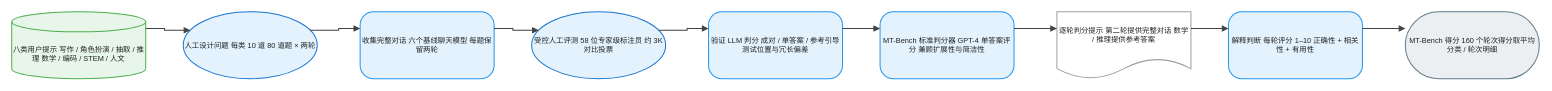
Above: client/public/drawio/MT-Bench/MT-Bench.zh.drawio in joe1chief/benchmark-hub (draw.io), before the change. Source tidied: cells renumbered, new cells numbered last; positions are measured from the earlier drawing's top-left corner, leaving out a move shared by most shapes. Both pictures are drawn from the tidied source at 67%, with x=0, y=0 at pixel (11, 11).
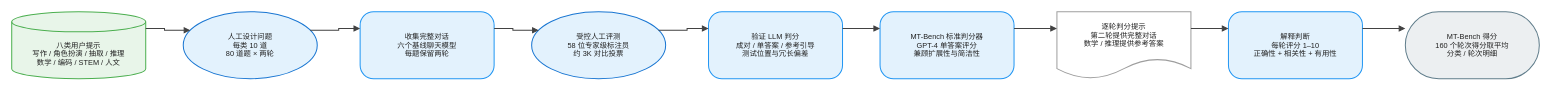
Above is the later version.

The edit, as a diff of the source:
```diff
@@
 <mxGraphModel background="#FFFFFF">
   <root>
     <mxCell id="0" />
     <mxCell id="1" parent="0" />
-    <mxCell id="2" value="八类用户提示 写作 / 角色扮演 / 抽取 / 推理 数学 / 编码 / STEM / 人文" style="shape=cylinder3;boundedLbl=1;backgroundOutline=1;size=15;html=1;whiteSpace=wrap;fillColor=#E8F5E9;strokeColor=#4CAF50;strokeWidth=1.5;fontColor=#212121;fontSize=11;fontFamily=Arial, Helvetica, sans-serif;verticalAlign=middle;align=center;" parent="1" vertex="1">
+    <mxCell id="2" value="八类用户提示&#10;写作 / 角色扮演 / 抽取 / 推理&#10;数学 / 编码 / STEM / 人文" style="shape=cylinder3;boundedLbl=1;backgroundOutline=1;size=15;html=0;convertToSvg=1;whiteSpace=wrap;fillColor=#E8F5E9;strokeColor=#4CAF50;strokeWidth=1.5;fontColor=#212121;fontSize=11;fontFamily=Arial, Helvetica, sans-serif;verticalAlign=middle;align=center;" parent="1" vertex="1">
       <mxGeometry width="200" height="100" as="geometry" />
     </mxCell>
-    <mxCell id="3" value="人工设计问题 每类 10 道 80 道题 × 两轮" style="ellipse;html=1;whiteSpace=wrap;fillColor=#E3F2FD;strokeColor=#1976D2;strokeWidth=1.5;fontColor=#212121;fontSize=11;fontFamily=Arial, Helvetica, sans-serif;verticalAlign=middle;align=center;" parent="1" vertex="1">
+    <mxCell id="3" value="人工设计问题&#10;每类 10 道&#10;80 道题 × 两轮" style="ellipse;html=0;convertToSvg=1;whiteSpace=wrap;fillColor=#E3F2FD;strokeColor=#1976D2;strokeWidth=1.5;fontColor=#212121;fontSize=11;fontFamily=Arial, Helvetica, sans-serif;verticalAlign=middle;align=center;" parent="1" vertex="1">
       <mxGeometry x="256" width="200" height="100" as="geometry" />
     </mxCell>
-    <mxCell id="4" value="收集完整对话 六个基线聊天模型 每题保留两轮" style="rounded=1;arcSize=20;html=1;whiteSpace=wrap;fillColor=#E3F2FD;strokeColor=#2196F3;strokeWidth=1.5;fontColor=#212121;fontSize=11;fontFamily=Arial, Helvetica, sans-serif;verticalAlign=middle;align=center;" parent="1" vertex="1">
+    <mxCell id="4" value="收集完整对话&#10;六个基线聊天模型&#10;每题保留两轮" style="rounded=1;arcSize=20;html=0;convertToSvg=1;whiteSpace=wrap;fillColor=#E3F2FD;strokeColor=#2196F3;strokeWidth=1.5;fontColor=#212121;fontSize=11;fontFamily=Arial, Helvetica, sans-serif;verticalAlign=middle;align=center;" parent="1" vertex="1">
       <mxGeometry x="520" width="200" height="100" as="geometry" />
     </mxCell>
-    <mxCell id="5" value="受控人工评测 58 位专家级标注员 约 3K 对比投票" style="ellipse;html=1;whiteSpace=wrap;fillColor=#E3F2FD;strokeColor=#1976D2;strokeWidth=1.5;fontColor=#212121;fontSize=11;fontFamily=Arial, Helvetica, sans-serif;verticalAlign=middle;align=center;" parent="1" vertex="1">
+    <mxCell id="5" value="受控人工评测&#10;58 位专家级标注员&#10;约 3K 对比投票" style="ellipse;html=0;convertToSvg=1;whiteSpace=wrap;fillColor=#E3F2FD;strokeColor=#1976D2;strokeWidth=1.5;fontColor=#212121;fontSize=11;fontFamily=Arial, Helvetica, sans-serif;verticalAlign=middle;align=center;" parent="1" vertex="1">
       <mxGeometry x="776" width="200" height="100" as="geometry" />
     </mxCell>
-    <mxCell id="6" value="验证 LLM 判分 成对 / 单答案 / 参考引导 测试位置与冗长偏差" style="rounded=1;arcSize=20;html=1;whiteSpace=wrap;fillColor=#E3F2FD;strokeColor=#2196F3;strokeWidth=1.5;fontColor=#212121;fontSize=11;fontFamily=Arial, Helvetica, sans-serif;verticalAlign=middle;align=center;" parent="1" vertex="1">
+    <mxCell id="6" value="验证 LLM 判分&#10;成对 / 单答案 / 参考引导&#10;测试位置与冗长偏差" style="rounded=1;arcSize=20;html=0;convertToSvg=1;whiteSpace=wrap;fillColor=#E3F2FD;strokeColor=#2196F3;strokeWidth=1.5;fontColor=#212121;fontSize=11;fontFamily=Arial, Helvetica, sans-serif;verticalAlign=middle;align=center;" parent="1" vertex="1">
       <mxGeometry x="1040" width="200" height="100" as="geometry" />
     </mxCell>
-    <mxCell id="7" value="MT-Bench 标准判分器 GPT-4 单答案评分 兼顾扩展性与简洁性" style="rounded=1;arcSize=20;html=1;whiteSpace=wrap;fillColor=#E3F2FD;strokeColor=#2196F3;strokeWidth=1.5;fontColor=#212121;fontSize=11;fontFamily=Arial, Helvetica, sans-serif;verticalAlign=middle;align=center;" parent="1" vertex="1">
+    <mxCell id="7" value="MT-Bench 标准判分器&#10;GPT-4 单答案评分&#10;兼顾扩展性与简洁性" style="rounded=1;arcSize=20;html=0;convertToSvg=1;whiteSpace=wrap;fillColor=#E3F2FD;strokeColor=#2196F3;strokeWidth=1.5;fontColor=#212121;fontSize=11;fontFamily=Arial, Helvetica, sans-serif;verticalAlign=middle;align=center;" parent="1" vertex="1">
       <mxGeometry x="1296" width="200" height="100" as="geometry" />
     </mxCell>
-    <mxCell id="8" value="逐轮判分提示 第二轮提供完整对话 数学 / 推理提供参考答案" style="shape=document;boundedLbl=1;html=1;whiteSpace=wrap;fillColor=#FFFFFF;strokeColor=#9E9E9E;strokeWidth=1.5;fontColor=#212121;fontSize=11;fontFamily=Arial, Helvetica, sans-serif;verticalAlign=middle;align=center;" parent="1" vertex="1">
+    <mxCell id="8" value="逐轮判分提示&#10;第二轮提供完整对话&#10;数学 / 推理提供参考答案" style="shape=document;boundedLbl=1;html=0;convertToSvg=1;whiteSpace=wrap;fillColor=#FFFFFF;strokeColor=#9E9E9E;strokeWidth=1.5;fontColor=#212121;fontSize=11;fontFamily=Arial, Helvetica, sans-serif;verticalAlign=middle;align=center;" parent="1" vertex="1">
       <mxGeometry x="1560" width="200" height="100" as="geometry" />
     </mxCell>
-    <mxCell id="9" value="解释判断 每轮评分 1–10 正确性 + 相关性 + 有用性" style="rounded=1;arcSize=20;html=1;whiteSpace=wrap;fillColor=#E3F2FD;strokeColor=#2196F3;strokeWidth=1.5;fontColor=#212121;fontSize=11;fontFamily=Arial, Helvetica, sans-serif;verticalAlign=middle;align=center;" parent="1" vertex="1">
+    <mxCell id="9" value="解释判断&#10;每轮评分 1–10&#10;正确性 + 相关性 + 有用性" style="rounded=1;arcSize=20;html=0;convertToSvg=1;whiteSpace=wrap;fillColor=#E3F2FD;strokeColor=#2196F3;strokeWidth=1.5;fontColor=#212121;fontSize=11;fontFamily=Arial, Helvetica, sans-serif;verticalAlign=middle;align=center;" parent="1" vertex="1">
       <mxGeometry x="1816" width="200" height="100" as="geometry" />
     </mxCell>
-    <mxCell id="10" value="MT-Bench 得分 160 个轮次得分取平均 分类 / 轮次明细" style="rounded=1;arcSize=50;html=1;whiteSpace=wrap;fillColor=#ECEFF1;strokeColor=#607D8B;strokeWidth=1.5;fontColor=#212121;fontSize=11;fontFamily=Arial, Helvetica, sans-serif;verticalAlign=middle;align=center;" parent="1" vertex="1">
+    <mxCell id="10" value="MT-Bench 得分&#10;160 个轮次得分取平均&#10;分类 / 轮次明细" style="rounded=1;arcSize=50;html=0;convertToSvg=1;whiteSpace=wrap;fillColor=#ECEFF1;strokeColor=#607D8B;strokeWidth=1.5;fontColor=#212121;fontSize=11;fontFamily=Arial, Helvetica, sans-serif;verticalAlign=middle;align=center;" parent="1" vertex="1">
       <mxGeometry x="2080" width="200" height="100" as="geometry" />
     </mxCell>
-    <mxCell id="11" style="edgeStyle=orthogonalEdgeStyle;rounded=0;jettySize=auto;html=1;strokeColor=#424242;strokeWidth=1.5;endArrow=block;endFill=1;exitX=1;exitY=0.25;exitDx=0;exitDy=0;entryX=0;entryY=0.25;entryDx=0;entryDy=0;jumpStyle=arc;jumpSize=8;" parent="1" edge="1" source="2" target="3">
+    <mxCell id="11" style="edgeStyle=orthogonalEdgeStyle;rounded=0;jettySize=auto;html=0;convertToSvg=1;strokeColor=#424242;strokeWidth=1.5;endArrow=block;endFill=1;exitX=1;exitY=0.25;exitDx=0;exitDy=0;entryX=0;entryY=0.25;entryDx=0;entryDy=0;jumpStyle=arc;jumpSize=8;" parent="1" edge="1" source="2" target="3">
       <mxGeometry relative="1" as="geometry" />
     </mxCell>
-    <mxCell id="12" style="edgeStyle=orthogonalEdgeStyle;rounded=0;jettySize=auto;html=1;strokeColor=#424242;strokeWidth=1.5;endArrow=block;endFill=1;exitX=1;exitY=0.25;exitDx=0;exitDy=0;entryX=0;entryY=0.25;entryDx=0;entryDy=0;jumpStyle=arc;jumpSize=8;" parent="1" edge="1" source="3" target="4">
+    <mxCell id="12" style="edgeStyle=orthogonalEdgeStyle;rounded=0;jettySize=auto;html=0;convertToSvg=1;strokeColor=#424242;strokeWidth=1.5;endArrow=block;endFill=1;exitX=1;exitY=0.25;exitDx=0;exitDy=0;entryX=0;entryY=0.25;entryDx=0;entryDy=0;jumpStyle=arc;jumpSize=8;" parent="1" edge="1" source="3" target="4">
       <mxGeometry relative="1" as="geometry" />
     </mxCell>
-    <mxCell id="13" style="edgeStyle=orthogonalEdgeStyle;rounded=0;jettySize=auto;html=1;strokeColor=#424242;strokeWidth=1.5;endArrow=block;endFill=1;exitX=1;exitY=0.25;exitDx=0;exitDy=0;entryX=0;entryY=0.25;entryDx=0;entryDy=0;jumpStyle=arc;jumpSize=8;" parent="1" edge="1" source="4" target="5">
+    <mxCell id="13" style="edgeStyle=orthogonalEdgeStyle;rounded=0;jettySize=auto;html=0;convertToSvg=1;strokeColor=#424242;strokeWidth=1.5;endArrow=block;endFill=1;exitX=1;exitY=0.25;exitDx=0;exitDy=0;entryX=0;entryY=0.25;entryDx=0;entryDy=0;jumpStyle=arc;jumpSize=8;" parent="1" edge="1" source="4" target="5">
       <mxGeometry relative="1" as="geometry" />
     </mxCell>
-    <mxCell id="14" style="edgeStyle=orthogonalEdgeStyle;rounded=0;jettySize=auto;html=1;strokeColor=#424242;strokeWidth=1.5;endArrow=block;endFill=1;exitX=1;exitY=0.25;exitDx=0;exitDy=0;entryX=0;entryY=0.25;entryDx=0;entryDy=0;jumpStyle=arc;jumpSize=8;" parent="1" edge="1" source="5" target="6">
+    <mxCell id="14" style="edgeStyle=orthogonalEdgeStyle;rounded=0;jettySize=auto;html=0;convertToSvg=1;strokeColor=#424242;strokeWidth=1.5;endArrow=block;endFill=1;exitX=1;exitY=0.25;exitDx=0;exitDy=0;entryX=0;entryY=0.25;entryDx=0;entryDy=0;jumpStyle=arc;jumpSize=8;" parent="1" edge="1" source="5" target="6">
       <mxGeometry relative="1" as="geometry" />
     </mxCell>
-    <mxCell id="15" style="edgeStyle=orthogonalEdgeStyle;rounded=0;jettySize=auto;html=1;strokeColor=#424242;strokeWidth=1.5;endArrow=block;endFill=1;exitX=1;exitY=0.25;exitDx=0;exitDy=0;entryX=0;entryY=0.25;entryDx=0;entryDy=0;jumpStyle=arc;jumpSize=8;" parent="1" edge="1" source="6" target="7">
+    <mxCell id="15" style="edgeStyle=orthogonalEdgeStyle;rounded=0;jettySize=auto;html=0;convertToSvg=1;strokeColor=#424242;strokeWidth=1.5;endArrow=block;endFill=1;exitX=1;exitY=0.25;exitDx=0;exitDy=0;entryX=0;entryY=0.25;entryDx=0;entryDy=0;jumpStyle=arc;jumpSize=8;" parent="1" edge="1" source="6" target="7">
       <mxGeometry relative="1" as="geometry" />
     </mxCell>
-    <mxCell id="16" style="edgeStyle=orthogonalEdgeStyle;rounded=0;jettySize=auto;html=1;strokeColor=#424242;strokeWidth=1.5;endArrow=block;endFill=1;exitX=1;exitY=0.25;exitDx=0;exitDy=0;entryX=0;entryY=0.25;entryDx=0;entryDy=0;jumpStyle=arc;jumpSize=8;" parent="1" edge="1" source="7" target="8">
+    <mxCell id="16" style="edgeStyle=orthogonalEdgeStyle;rounded=0;jettySize=auto;html=0;convertToSvg=1;strokeColor=#424242;strokeWidth=1.5;endArrow=block;endFill=1;exitX=1;exitY=0.25;exitDx=0;exitDy=0;entryX=0;entryY=0.25;entryDx=0;entryDy=0;jumpStyle=arc;jumpSize=8;" parent="1" edge="1" source="7" target="8">
       <mxGeometry relative="1" as="geometry" />
     </mxCell>
-    <mxCell id="17" style="edgeStyle=orthogonalEdgeStyle;rounded=0;jettySize=auto;html=1;strokeColor=#424242;strokeWidth=1.5;endArrow=block;endFill=1;exitX=1;exitY=0.25;exitDx=0;exitDy=0;entryX=0;entryY=0.25;entryDx=0;entryDy=0;jumpStyle=arc;jumpSize=8;" parent="1" edge="1" source="8" target="9">
+    <mxCell id="17" style="edgeStyle=orthogonalEdgeStyle;rounded=0;jettySize=auto;html=0;convertToSvg=1;strokeColor=#424242;strokeWidth=1.5;endArrow=block;endFill=1;exitX=1;exitY=0.25;exitDx=0;exitDy=0;entryX=0;entryY=0.25;entryDx=0;entryDy=0;jumpStyle=arc;jumpSize=8;" parent="1" edge="1" source="8" target="9">
       <mxGeometry relative="1" as="geometry" />
     </mxCell>
-    <mxCell id="18" style="edgeStyle=orthogonalEdgeStyle;rounded=0;jettySize=auto;html=1;strokeColor=#424242;strokeWidth=1.5;endArrow=block;endFill=1;exitX=1;exitY=0.25;exitDx=0;exitDy=0;entryX=0;entryY=0.25;entryDx=0;entryDy=0;jumpStyle=arc;jumpSize=8;" parent="1" edge="1" source="9" target="10">
+    <mxCell id="18" style="edgeStyle=orthogonalEdgeStyle;rounded=0;jettySize=auto;html=0;convertToSvg=1;strokeColor=#424242;strokeWidth=1.5;endArrow=block;endFill=1;exitX=1;exitY=0.25;exitDx=0;exitDy=0;entryX=0;entryY=0.25;entryDx=0;entryDy=0;jumpStyle=arc;jumpSize=8;" parent="1" edge="1" source="9" target="10">
       <mxGeometry relative="1" as="geometry" />
     </mxCell>
   </root>
 </mxGraphModel>
```
